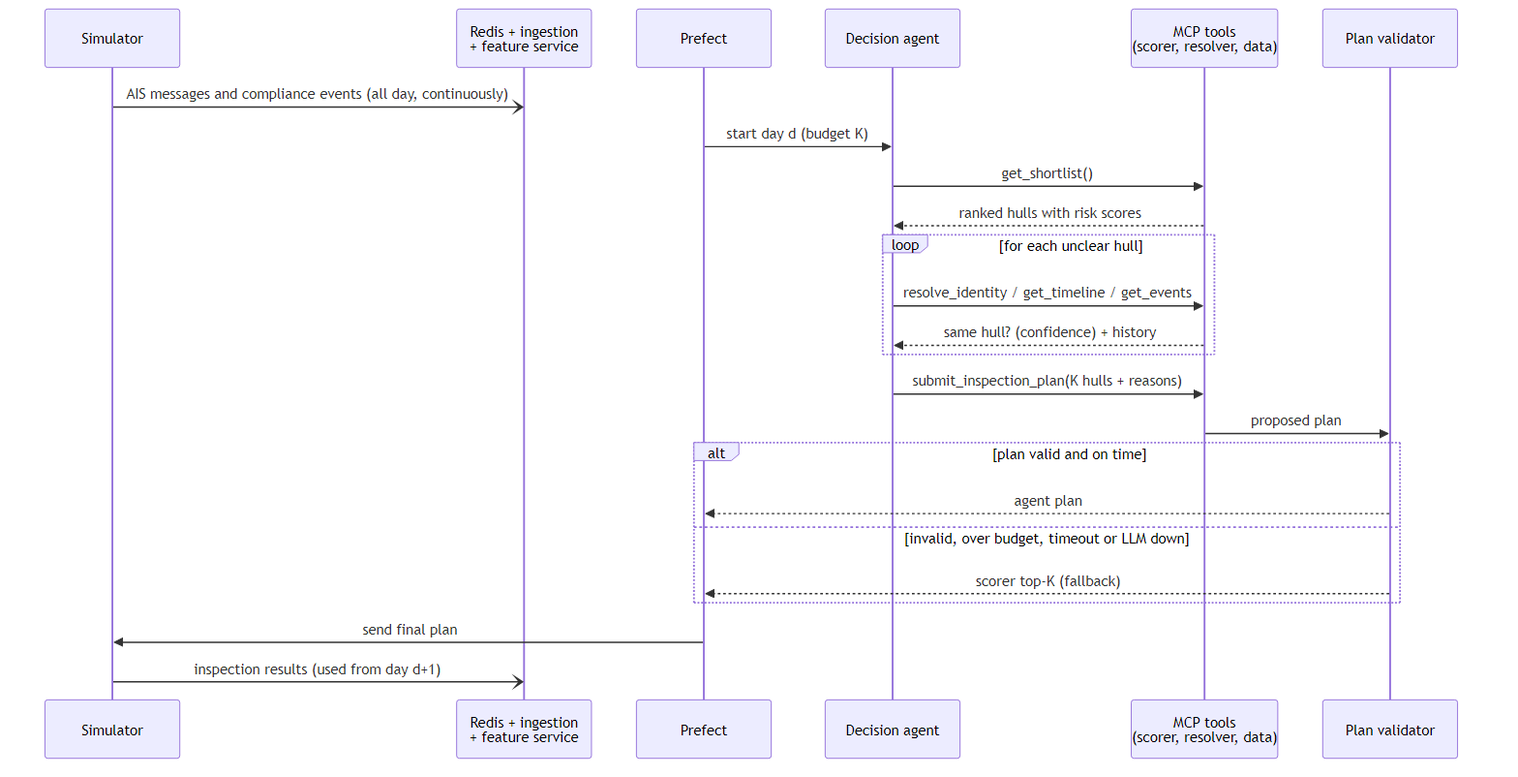
This is docs/diagrams/daily-cycle.png from acadelina/SAA, a Mermaid export, as it was before one commit. Its source is kept beside it as docs/diagrams/daily-cycle.mmd.
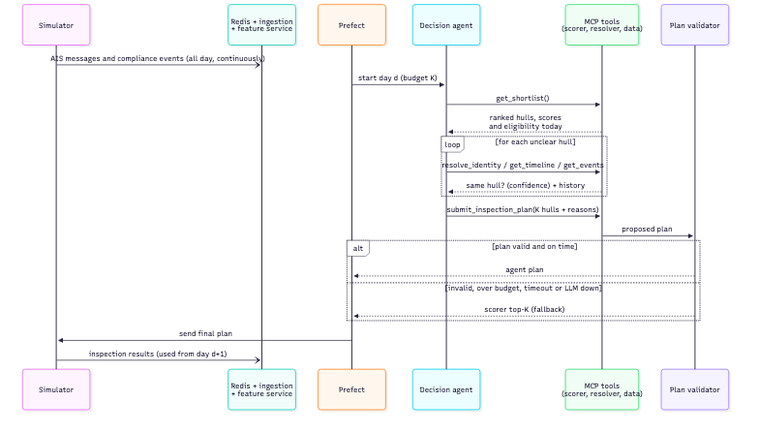
After the change.

Commit message:
Show eligibility in the daily cycle diagram

The shortlist tool now returns whether each hull can be inspected today,
so the agent does not submit hulls on cooldown.

What changed in the source:
```diff
@@ -9,7 +9,7 @@
     S-)I: AIS messages and compliance events (all day, continuously)
     P->>A: start day d (budget K)
     A->>T: get_shortlist()
-    T-->>A: ranked hulls with risk scores
+    T-->>A: ranked hulls, scores<br/>and eligibility today
     loop for each unclear hull
         A->>T: resolve_identity / get_timeline / get_events
         T-->>A: same hull? (confidence) + history
```
